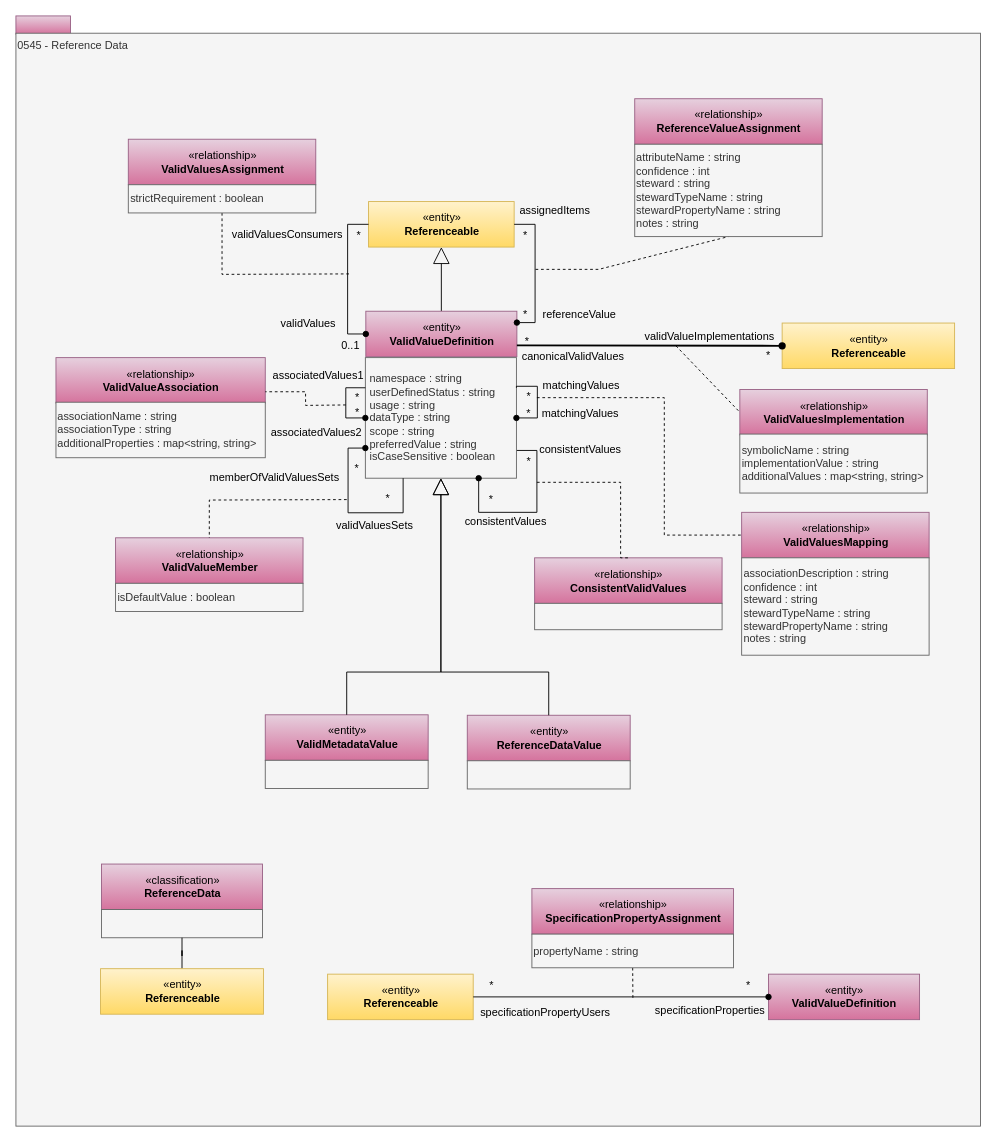
The draw.io diagram page "0545-Reference-Data" (25 of 32) of site/docs/types/5/area-5-models-and-schema.drawio in odpi/egeria-docs, before the edit. Source tidied: cells renumbered, new cells numbered last; positions are measured from the earlier drawing's top-left corner, leaving out a move shared by most shapes. Both pictures are drawn from the tidied source at 91%, with x=0, y=0 at pixel (15, 15).
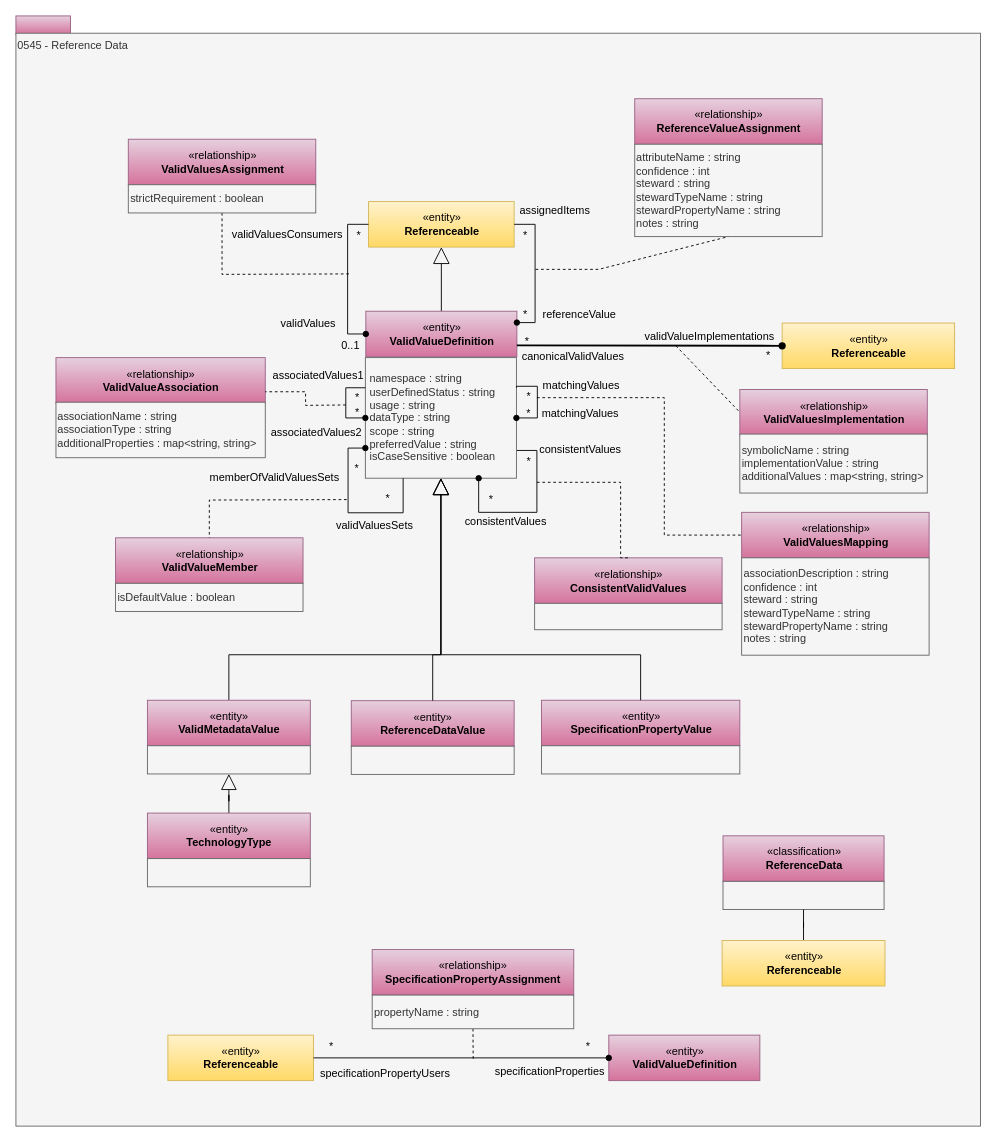
Above is the later version.

Unchanged cells that the change refers to:
```xml
<mxCell id="6" value="namespace : string&lt;div&gt;userDefinedStatus : string&lt;div&gt;&lt;span&gt;usage : string&lt;br&gt;&lt;/span&gt;dataType : string&lt;br&gt;&lt;span&gt;scope : string&lt;br&gt;preferredValue : string&lt;br&gt;isCaseSensitive : boolean&lt;br&gt;&lt;/span&gt;&lt;/div&gt;&lt;/div&gt;" style="rounded=0;whiteSpace=wrap;html=1;strokeColor=#666666;align=left;spacingLeft=3;fillColor=#f5f5f5;fontColor=#333333;" parent="1" vertex="1">
  <mxGeometry x="384" y="375.5" width="166" height="132.5" as="geometry" />
</mxCell>
```

What changed in the source:
```diff
@@
     <mxCell id="16" value="«classification»&lt;br&gt;&lt;b&gt;ReferenceData&lt;/b&gt;" style="html=1;strokeColor=#996185;align=center;fillColor=#e6d0de;gradientColor=#d5739d;" parent="1" vertex="1">
-      <mxGeometry x="94" y="932" width="177" height="50" as="geometry" />
+      <mxGeometry x="777" y="901" width="177" height="50" as="geometry" />
     </mxCell>
     <mxCell id="17" style="rounded=0;whiteSpace=wrap;html=1;strokeColor=#666666;align=left;fillColor=#f5f5f5;fontColor=#333333;" parent="1" vertex="1">
-      <mxGeometry x="94" y="982" width="177" height="31" as="geometry" />
+      <mxGeometry x="777" y="951" width="177" height="31" as="geometry" />
     </mxCell>
@@
     <mxCell id="68" value="«entity»&lt;br&gt;&lt;b&gt;Referenceable&lt;/b&gt;" style="html=1;strokeColor=#d6b656;align=center;fillColor=#fff2cc;gradientColor=#ffd966;" parent="1" vertex="1">
-      <mxGeometry x="93" y="1047" width="179" height="50" as="geometry" />
+      <mxGeometry x="776" y="1016" width="179" height="50" as="geometry" />
     </mxCell>
     <mxCell id="69" value="«entity»&lt;br&gt;&lt;b&gt;ValidValueDefinition&lt;/b&gt;" style="html=1;strokeColor=#996185;align=center;fillColor=#e6d0de;gradientColor=#d5739d;" parent="1" vertex="1">
-      <mxGeometry x="827" y="1053" width="166" height="50" as="geometry" />
+      <mxGeometry x="651.5" y="1120" width="166" height="50" as="geometry" />
     </mxCell>
     <mxCell id="70" value="«entity»&lt;br&gt;&lt;b&gt;Referenceable&lt;/b&gt;" style="html=1;strokeColor=#d6b656;align=center;fillColor=#fff2cc;gradientColor=#ffd966;" parent="1" vertex="1">
-      <mxGeometry x="342.5" y="1053" width="160" height="50" as="geometry" />
+      <mxGeometry x="167" y="1120" width="160" height="50" as="geometry" />
     </mxCell>
     <mxCell id="71" value="*" style="text;html=1;strokeColor=none;fillColor=none;align=center;verticalAlign=middle;whiteSpace=wrap;rounded=0;" parent="1" vertex="1">
-      <mxGeometry x="784.5" y="1056" width="40" height="20" as="geometry" />
+      <mxGeometry x="609" y="1123" width="40" height="20" as="geometry" />
     </mxCell>
     <mxCell id="72" value="*" style="text;html=1;strokeColor=none;fillColor=none;align=center;verticalAlign=middle;whiteSpace=wrap;rounded=0;" parent="1" vertex="1">
-      <mxGeometry x="502.5" y="1056" width="40" height="20" as="geometry" />
+      <mxGeometry x="327" y="1123" width="40" height="20" as="geometry" />
     </mxCell>
     <mxCell id="73" value="«relationship»&lt;br&gt;&lt;b&gt;SpecificationPropertyAssignment&lt;/b&gt;" style="html=1;strokeColor=#996185;align=center;fillColor=#e6d0de;gradientColor=#d5739d;" parent="1" vertex="1">
-      <mxGeometry x="567" y="959" width="221.5" height="50" as="geometry" />
+      <mxGeometry x="391.5" y="1026" width="221.5" height="50" as="geometry" />
     </mxCell>
     <mxCell id="74" style="endArrow=none;dashed=1;html=1;entryX=0.5;entryY=1;entryDx=0;entryDy=0;rounded=0;" parent="1" edge="1" target="75">
       <mxGeometry relative="1" as="geometry">
-        <mxPoint x="678" y="1079" as="sourcePoint" />
+        <mxPoint x="502.5" y="1146" as="sourcePoint" />
       </mxGeometry>
     </mxCell>
     <mxCell id="75" value="&lt;div&gt;propertyName : string&lt;/div&gt;" style="rounded=0;whiteSpace=wrap;html=1;strokeColor=#666666;align=left;fillColor=#f5f5f5;fontColor=#333333;" parent="1" vertex="1">
-      <mxGeometry x="567" y="1009" width="221.5" height="37" as="geometry" />
+      <mxGeometry x="391.5" y="1076" width="221.5" height="37" as="geometry" />
     </mxCell>
     <mxCell id="76" value="specificationPropertyUsers" style="text;html=1;strokeColor=none;fillColor=none;align=center;verticalAlign=middle;whiteSpace=wrap;rounded=0;" parent="1" vertex="1">
-      <mxGeometry x="527.5" y="1086" width="108" height="20" as="geometry" />
+      <mxGeometry x="352" y="1153" width="108" height="20" as="geometry" />
     </mxCell>
     <mxCell id="77" value="specificationProperties" style="text;html=1;strokeColor=none;fillColor=none;align=center;verticalAlign=middle;whiteSpace=wrap;rounded=0;" parent="1" vertex="1">
-      <mxGeometry x="697.5" y="1083" width="129.5" height="20" as="geometry" />
+      <mxGeometry x="522" y="1150" width="129.5" height="20" as="geometry" />
     </mxCell>
@@
     <mxCell id="79" value="«entity»&lt;br&gt;&lt;b&gt;ReferenceDataValue&lt;/b&gt;" style="html=1;strokeColor=#996185;align=center;fillColor=#e6d0de;gradientColor=#d5739d;" parent="1" vertex="1">
-      <mxGeometry x="496" y="768.5" width="179" height="50" as="geometry" />
+      <mxGeometry x="368.5" y="752.5" width="179" height="50" as="geometry" />
     </mxCell>
+    <mxCell id="81" style="rounded=0;whiteSpace=wrap;html=1;strokeColor=#666666;align=left;fillColor=#f5f5f5;fontColor=#333333;" parent="1" vertex="1">
+      <mxGeometry x="368.5" y="802.5" width="179" height="31" as="geometry" />
+    </mxCell>
+    <mxCell id="83" style="edgeStyle=orthogonalEdgeStyle;rounded=0;jettySize=auto;html=1;exitX=0.5;exitY=0;exitDx=0;exitDy=0;endArrow=block;endFill=0;endSize=16;" parent="1" edge="1" source="82" target="6">
+      <mxGeometry relative="1" as="geometry">
+        <Array as="points">
+          <mxPoint x="234" y="702" />
+          <mxPoint x="467" y="702" />
+        </Array>
+      </mxGeometry>
+    </mxCell>
+    <mxCell id="82" value="«entity»&lt;br&gt;&lt;b&gt;ValidMetadataValue&lt;/b&gt;" style="html=1;strokeColor=#996185;align=center;fillColor=#e6d0de;gradientColor=#d5739d;" parent="1" vertex="1">
+      <mxGeometry x="144.5" y="752" width="179" height="50" as="geometry" />
+    </mxCell>
+    <mxCell id="84" style="rounded=0;whiteSpace=wrap;html=1;strokeColor=#666666;align=left;fillColor=#f5f5f5;fontColor=#333333;" parent="1" vertex="1">
+      <mxGeometry x="144.5" y="802" width="179" height="31" as="geometry" />
+    </mxCell>
+    <mxCell id="85" value="«entity»&lt;br&gt;&lt;b&gt;SpecificationPropertyValue&lt;/b&gt;" style="html=1;strokeColor=#996185;align=center;fillColor=#e6d0de;gradientColor=#d5739d;" parent="1" vertex="1">
+      <mxGeometry x="577.5" y="752" width="218" height="50" as="geometry" />
+    </mxCell>
+    <mxCell id="86" style="rounded=0;whiteSpace=wrap;html=1;strokeColor=#666666;align=left;fillColor=#f5f5f5;fontColor=#333333;" parent="1" vertex="1">
+      <mxGeometry x="577.5" y="802" width="218" height="31" as="geometry" />
+    </mxCell>
+    <mxCell id="87" style="edgeStyle=orthogonalEdgeStyle;rounded=0;jettySize=auto;html=1;exitX=0.5;exitY=0;exitDx=0;exitDy=0;endArrow=block;endFill=0;endSize=16;entryX=0.5;entryY=1;entryDx=0;entryDy=0;" parent="1" edge="1" source="85" target="6">
+      <mxGeometry relative="1" as="geometry">
+        <Array as="points">
+          <mxPoint x="687" y="702" />
+          <mxPoint x="467" y="702" />
+        </Array>
+      </mxGeometry>
+    </mxCell>
-    <mxCell id="80" style="edgeStyle=orthogonalEdgeStyle;rounded=0;jettySize=auto;html=1;endArrow=block;endFill=0;endSize=16;exitX=0.5;exitY=0;exitDx=0;exitDy=0;" parent="1" edge="1" source="79" target="6">
+    <mxCell id="80" style="edgeStyle=orthogonalEdgeStyle;rounded=0;jettySize=auto;html=1;exitX=0.5;exitY=0;exitDx=0;exitDy=0;endArrow=block;endFill=0;endSize=16;entryX=0.5;entryY=1;entryDx=0;entryDy=0;" parent="1" edge="1" source="79" target="6">
       <mxGeometry relative="1" as="geometry">
         <Array as="points">
-          <mxPoint x="585" y="721" />
-          <mxPoint x="467" y="721" />
+          <mxPoint x="458" y="702" />
+          <mxPoint x="467" y="702" />
         </Array>
       </mxGeometry>
     </mxCell>
-    <mxCell id="81" style="rounded=0;whiteSpace=wrap;html=1;strokeColor=#666666;align=left;fillColor=#f5f5f5;fontColor=#333333;" parent="1" vertex="1">
-      <mxGeometry x="496" y="818.5" width="179" height="31" as="geometry" />
-    </mxCell>
-    <mxCell id="82" value="«entity»&lt;br&gt;&lt;b&gt;ValidMetadataValue&lt;/b&gt;" style="html=1;strokeColor=#996185;align=center;fillColor=#e6d0de;gradientColor=#d5739d;" parent="1" vertex="1">
-      <mxGeometry x="274" y="768" width="179" height="50" as="geometry" />
-    </mxCell>
-    <mxCell id="83" style="edgeStyle=orthogonalEdgeStyle;rounded=0;jettySize=auto;html=1;endArrow=block;endFill=0;endSize=16;exitX=0.5;exitY=0;exitDx=0;exitDy=0;entryX=0.5;entryY=1;entryDx=0;entryDy=0;" parent="1" edge="1" source="82" target="6">
-      <mxGeometry relative="1" as="geometry">
-        <Array as="points">
-          <mxPoint x="363" y="721" />
-          <mxPoint x="467" y="721" />
-        </Array>
-      </mxGeometry>
-    </mxCell>
-    <mxCell id="84" style="rounded=0;whiteSpace=wrap;html=1;strokeColor=#666666;align=left;fillColor=#f5f5f5;fontColor=#333333;" parent="1" vertex="1">
-      <mxGeometry x="274" y="818" width="179" height="31" as="geometry" />
-    </mxCell>
+    <mxCell id="88" style="edgeStyle=orthogonalEdgeStyle;rounded=0;jettySize=auto;html=1;exitX=0.5;exitY=0;exitDx=0;exitDy=0;endArrow=block;endFill=0;endSize=15;" parent="1" edge="1" source="89" target="84">
+      <mxGeometry relative="1" as="geometry" />
+    </mxCell>
+    <mxCell id="89" value="«entity»&lt;br&gt;&lt;b&gt;TechnologyType&lt;/b&gt;" style="html=1;strokeColor=#996185;align=center;fillColor=#e6d0de;gradientColor=#d5739d;" parent="1" vertex="1">
+      <mxGeometry x="144.5" y="876" width="179" height="50" as="geometry" />
+    </mxCell>
+    <mxCell id="90" style="rounded=0;whiteSpace=wrap;html=1;strokeColor=#666666;align=left;fillColor=#f5f5f5;fontColor=#333333;" parent="1" vertex="1">
+      <mxGeometry x="144.5" y="926" width="179" height="31" as="geometry" />
+    </mxCell>
```
